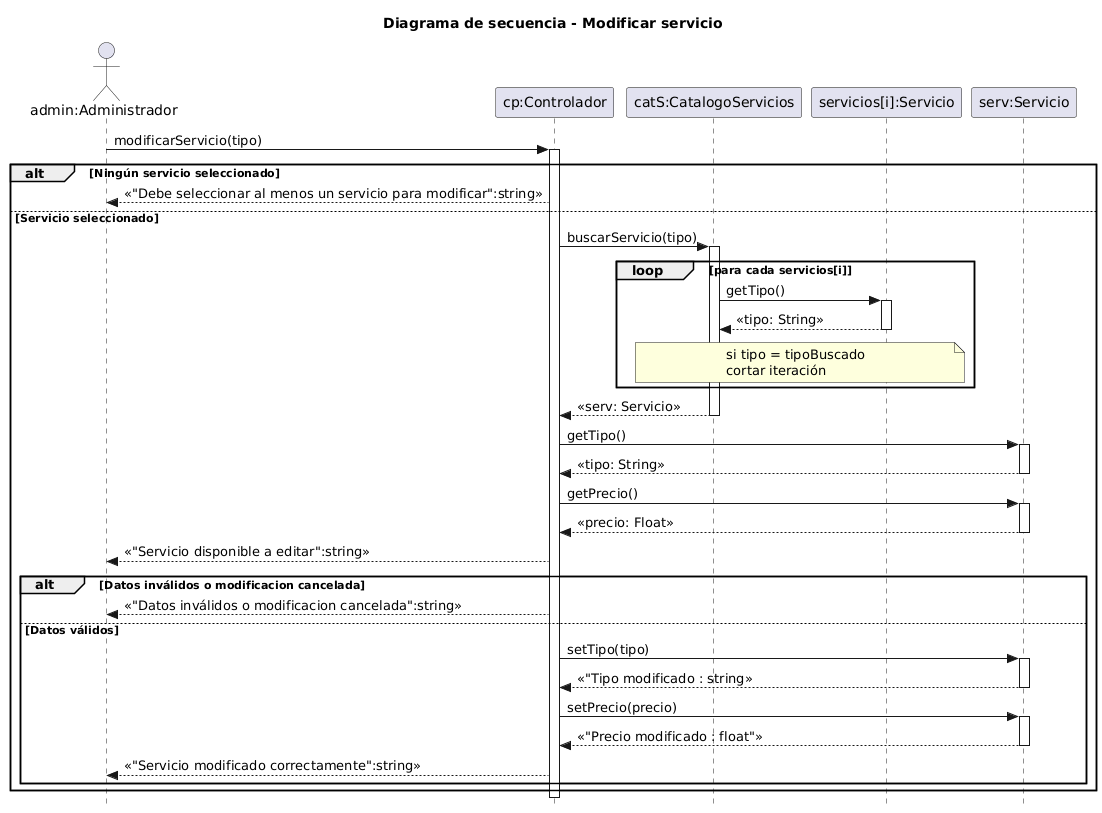
Earlier version of the PlantUML export Documentacion/07 Diagramas de secuencia/Diagramas de secuencia Administrador/Modificar servicio/Diagrama de secuencia-Modificar servicio.png (Juamppa/practica-profesionalizante-1).
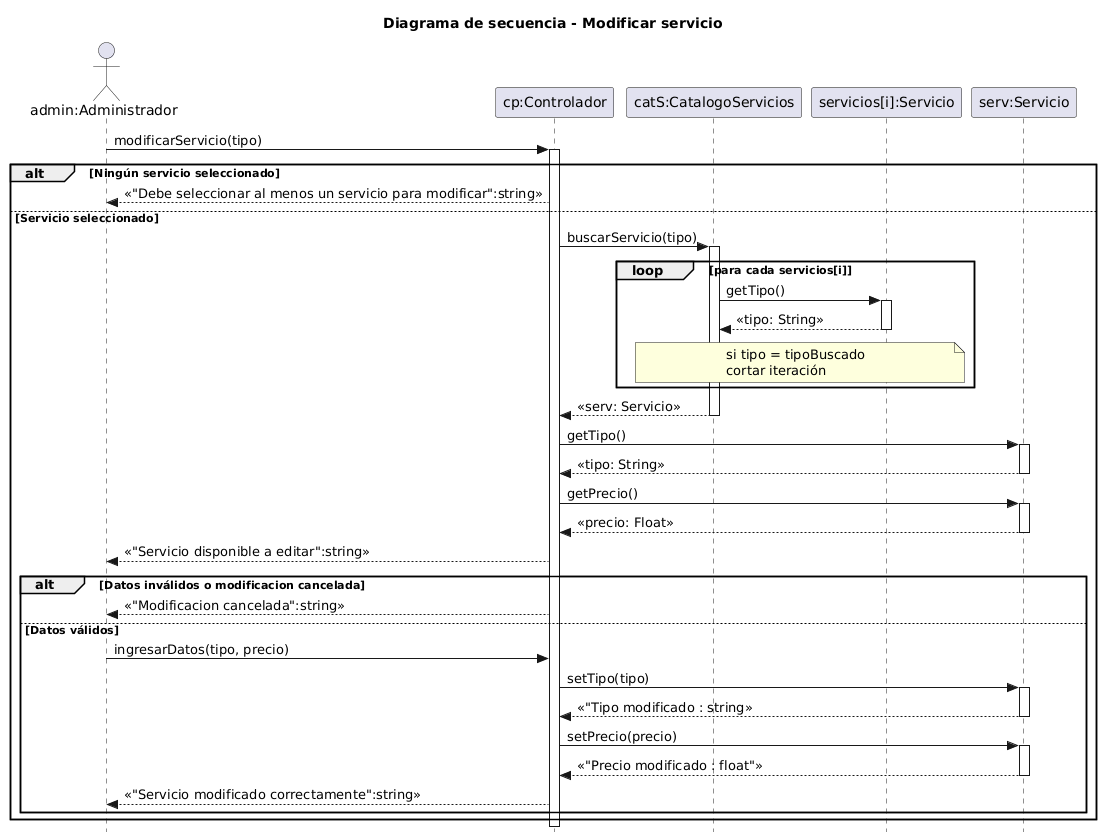
After the commit.

The edit, as a diff of the source:
```diff
@@ -53,10 +53,11 @@
 
 
             alt Datos inválidos o modificacion cancelada
-                Controlador --> Admin : <<"Datos inválidos o modificacion cancelada":string>>
+
+                Controlador --> Admin : <<"Modificacion cancelada":string>>
 
             else Datos válidos
-
+                Admin -> Controlador : ingresarDatos(tipo, precio)
                 Controlador -> Servicio : setTipo(tipo)
                 activate Servicio
                 Servicio --> Controlador : <<"Tipo modificado : string>>
```
